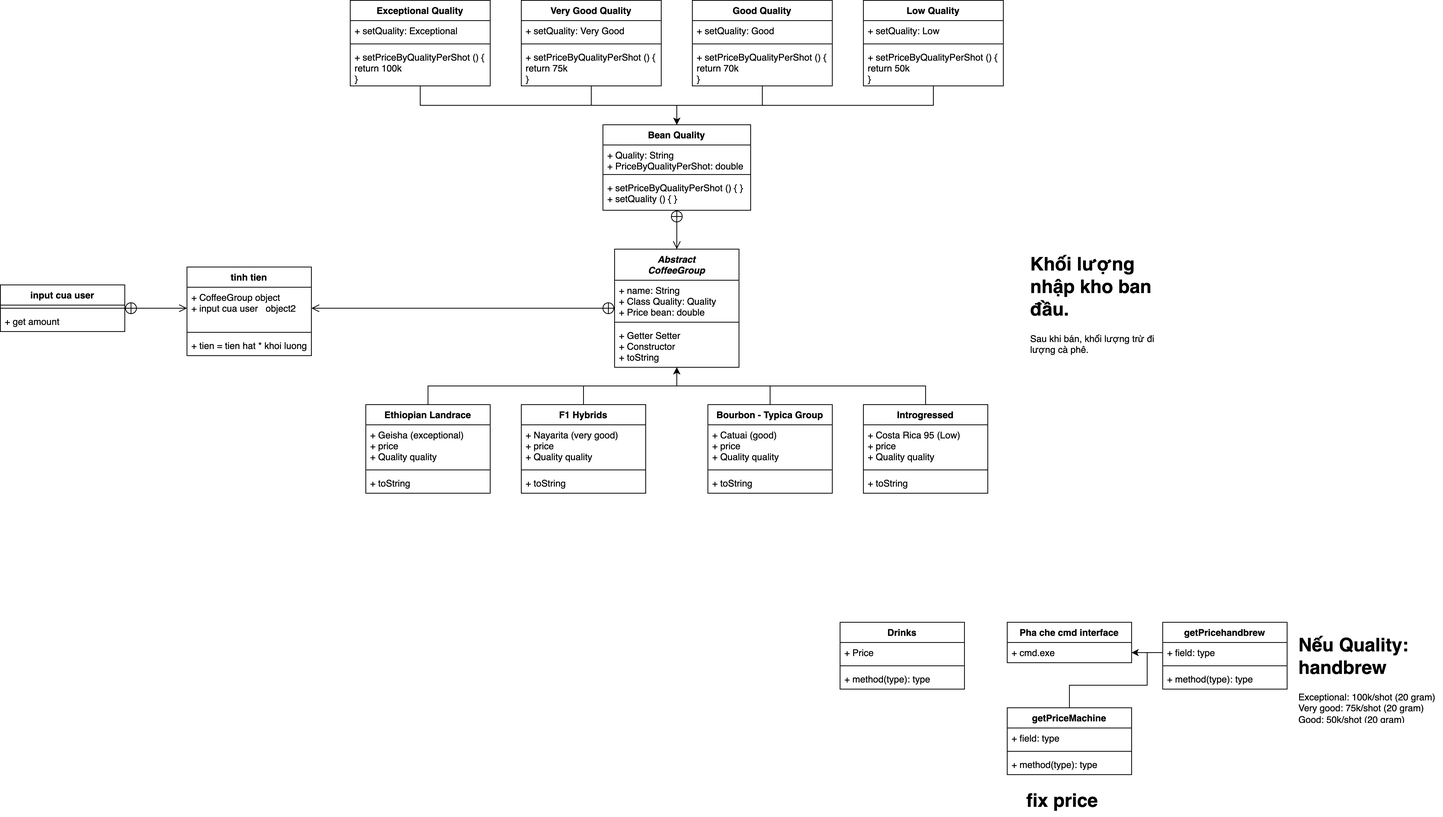
minhtuan1610/MD2-Case-Study keeps this draw.io diagram as CaseStudyMD2.png. Above is the earlier version. Source tidied: cells renumbered, new cells last; positions are measured from the earlier drawing's top-left corner, leaving out a move shared by most shapes.
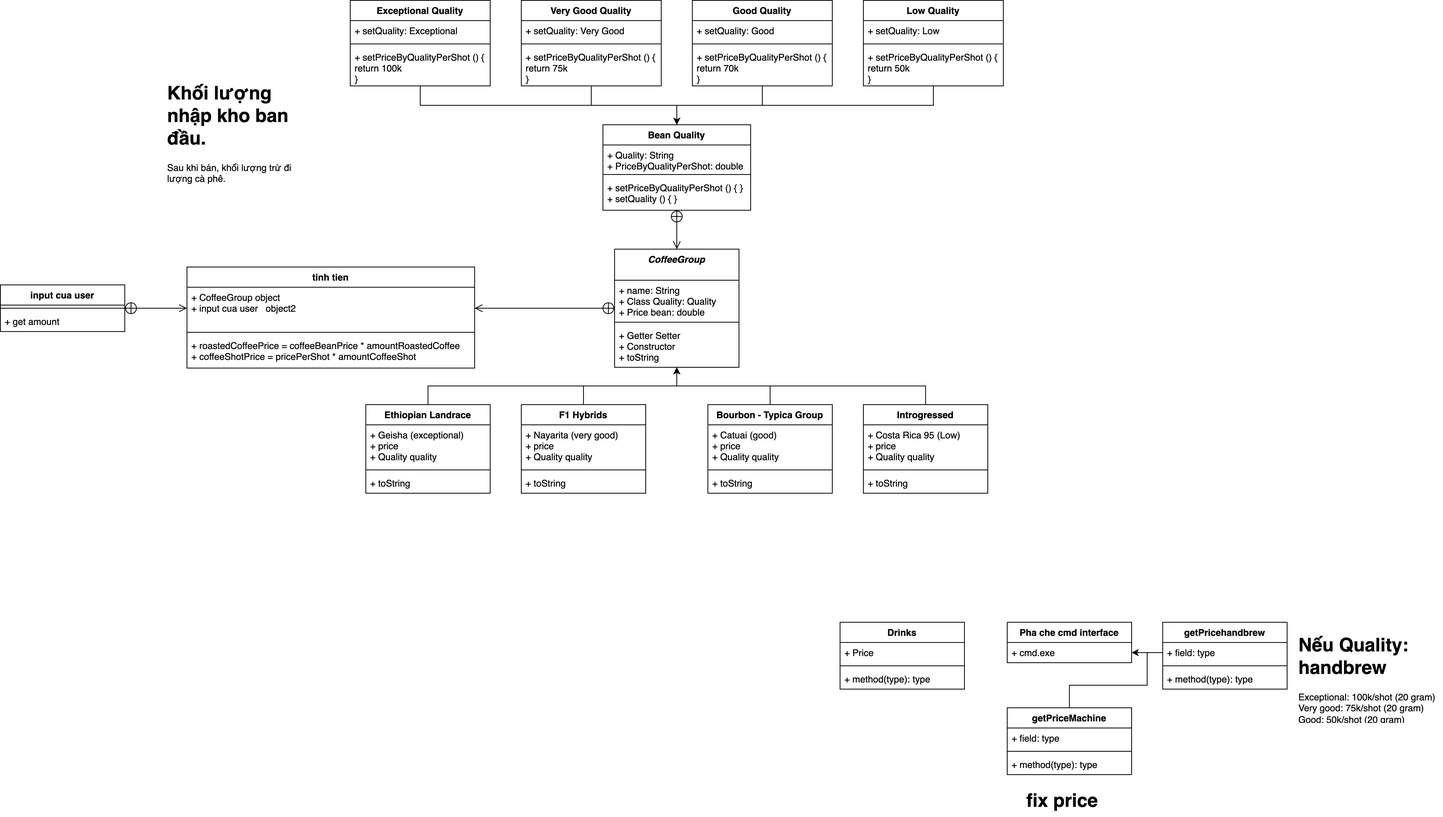
After the commit.

What changed in the source:
```diff
@@ -2,7 +2,7 @@
   <root>
     <mxCell id="0" />
     <mxCell id="1" parent="0" />
-    <mxCell id="2" value="Abstract&#10;CoffeeGroup" style="swimlane;fontStyle=3;align=center;verticalAlign=top;horizontal=1;startSize=40;" parent="1" vertex="1">
+    <mxCell id="2" value="CoffeeGroup" style="swimlane;fontStyle=3;align=center;verticalAlign=top;horizontal=1;startSize=40;" parent="1" vertex="1">
       <mxGeometry x="790" y="320" width="160" height="152" as="geometry" />
     </mxCell>
     <mxCell id="3" value="+ name: String&#10;+ Class Quality: Quality&#10;+ Price bean: double" style="text;strokeColor=none;fillColor=none;align=left;verticalAlign=top;spacingLeft=4;spacingRight=4;overflow=hidden;" parent="2" vertex="1">
@@ -90,7 +90,7 @@
       <mxGeometry x="1665" y="810" width="190" height="120" as="geometry" />
     </mxCell>
     <mxCell id="31" value="&lt;h1&gt;Khối lượng nhập kho ban đầu.&lt;/h1&gt;&lt;div&gt;Sau khi bán, khối lượng trừ đi lượng cà phê.&lt;/div&gt;" style="text;html=1;strokeColor=none;fillColor=none;spacing=5;spacingTop=-20;whiteSpace=wrap;overflow=hidden;rounded=0;" parent="1" vertex="1">
-      <mxGeometry x="1320" y="320" width="190" height="160" as="geometry" />
+      <mxGeometry x="210" y="100" width="190" height="160" as="geometry" />
     </mxCell>
     <mxCell id="32" value="Pha che cmd interface" style="swimlane;fontStyle=1;align=center;verticalAlign=top;horizontal=1;startSize=26;" parent="1" vertex="1">
       <mxGeometry x="1295" y="800" width="160" height="52" as="geometry" />
@@ -207,16 +207,16 @@
       <mxGeometry y="60" width="180" height="50" as="geometry" />
     </mxCell>
     <mxCell id="70" value="tinh tien" style="swimlane;fontStyle=1;align=center;verticalAlign=top;horizontal=1;startSize=26;" parent="1" vertex="1">
-      <mxGeometry x="240" y="343" width="160" height="114" as="geometry" />
+      <mxGeometry x="240" y="343" width="370" height="130" as="geometry" />
     </mxCell>
     <mxCell id="71" value="+ CoffeeGroup object&#10;+ input cua user   object2" style="text;strokeColor=none;fillColor=none;align=left;verticalAlign=top;spacingLeft=4;spacingRight=4;overflow=hidden;points=[[0,0.5],[1,0.5]];portConstraint=eastwest;" parent="70" vertex="1">
-      <mxGeometry y="26" width="160" height="54" as="geometry" />
+      <mxGeometry y="26" width="370" height="54" as="geometry" />
     </mxCell>
     <mxCell id="72" style="line;strokeWidth=1;fillColor=none;align=left;verticalAlign=middle;spacingTop=-1;spacingLeft=3;spacingRight=3;labelPosition=right;" parent="70" vertex="1">
-      <mxGeometry y="80" width="160" height="8" as="geometry" />
+      <mxGeometry y="80" width="370" height="8" as="geometry" />
     </mxCell>
-    <mxCell id="73" value="+ tien = tien hat * khoi luong" style="text;strokeColor=none;fillColor=none;align=left;verticalAlign=top;spacingLeft=4;spacingRight=4;overflow=hidden;" parent="70" vertex="1">
-      <mxGeometry y="88" width="160" height="26" as="geometry" />
+    <mxCell id="73" value="+ roastedCoffeePrice = coffeeBeanPrice * amountRoastedCoffee&#10;+ coffeeShotPrice = pricePerShot * amountCoffeeShot" style="text;strokeColor=none;fillColor=none;align=left;verticalAlign=top;spacingLeft=4;spacingRight=4;overflow=hidden;" parent="70" vertex="1">
+      <mxGeometry y="88" width="370" height="42" as="geometry" />
     </mxCell>
     <mxCell id="74" value="input cua user" style="swimlane;fontStyle=1;align=center;verticalAlign=top;horizontal=1;startSize=26;" parent="1" vertex="1">
       <mxGeometry y="366" width="160" height="60" as="geometry" />
```
